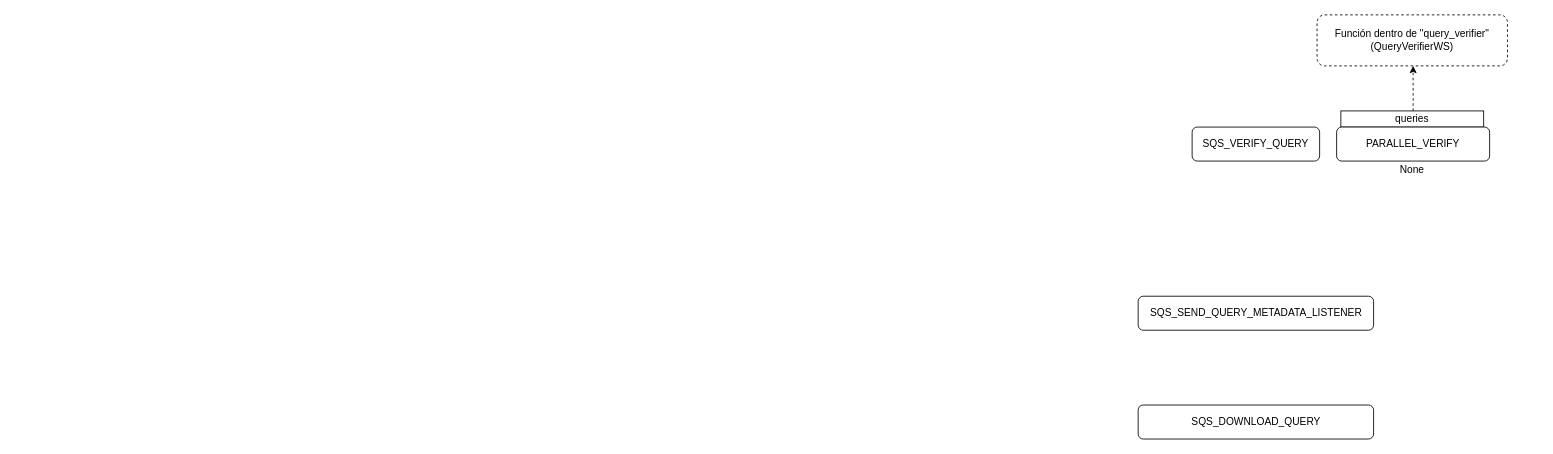
SamuelGarcia22/diagrams keeps this draw.io diagram as WS code map.drawio. Above is the earlier version. Source tidied: cells renumbered, new cells numbered last; positions are measured from the earlier drawing's top-left corner, leaving out a move shared by most shapes. Both pictures are drawn from the tidied source at 85%, with x=0, y=0 at pixel (1137, 14).
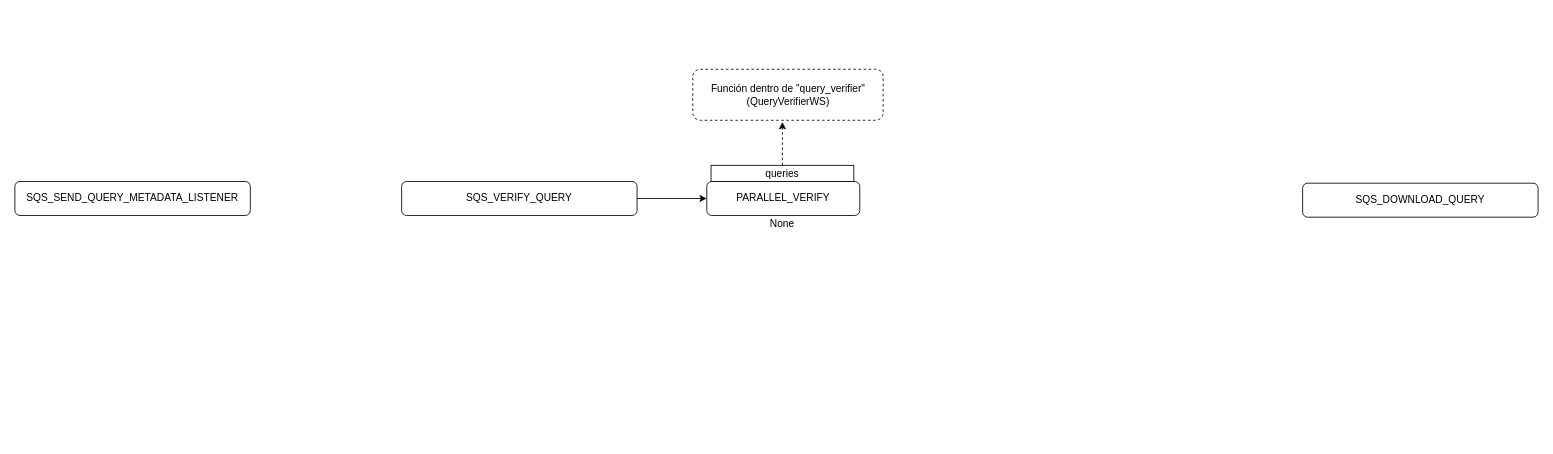
The same page after the edit.

What changed in the source:
```diff
@@
 <mxGraphModel>
   <root>
     <mxCell id="0" />
     <mxCell id="1" parent="0" />
+    <mxCell id="7" value="Función dentro de &quot;query_verifier&quot; (QueryVerifierWS)" style="rounded=1;whiteSpace=wrap;html=1;dashed=1;fontColor=light-dark(#000000,#A8A8A8);strokeColor=light-dark(#000000,#A8A8A8);" parent="1" vertex="1">
+      <mxGeometry x="-523.5" y="64" width="224" height="60" as="geometry" />
+    </mxCell>
+    <mxCell id="8" value="SQS_SEND_QUERY_METADATA_LISTENER" style="rounded=1;whiteSpace=wrap;html=1;" parent="1" vertex="1">
+      <mxGeometry x="-1321" y="196" width="277" height="40" as="geometry" />
+    </mxCell>
+    <mxCell id="9" value="SQS_DOWNLOAD_QUERY" style="rounded=1;whiteSpace=wrap;html=1;" parent="1" vertex="1">
+      <mxGeometry x="194" y="198" width="277" height="40" as="geometry" />
+    </mxCell>
+    <mxCell id="10" style="edgeStyle=orthogonalEdgeStyle;rounded=0;jettySize=auto;html=1;entryX=0;entryY=0.5;entryDx=0;entryDy=0;" parent="1" edge="1" source="2" target="6">
+      <mxGeometry relative="1" as="geometry" />
+    </mxCell>
     <mxCell id="2" value="SQS_VERIFY_QUERY" style="rounded=1;whiteSpace=wrap;html=1;" parent="1" vertex="1">
-      <mxGeometry x="64" y="132" width="150" height="40" as="geometry" />
+      <mxGeometry x="-866" y="196" width="277" height="40" as="geometry" />
     </mxCell>
-    <mxCell id="3" style="edgeStyle=orthogonalEdgeStyle;rounded=0;jettySize=auto;html=1;exitX=0.5;exitY=1;exitDx=0;exitDy=0;dashed=1;" parent="1" edge="1" source="4" target="7">
-      <mxGeometry relative="1" as="geometry">
-        <Array as="points">
-          <mxPoint x="323" y="152" />
-          <mxPoint x="324" y="152" />
-        </Array>
-      </mxGeometry>
-    </mxCell>
+    <mxCell id="11" style="group;" parent="1" vertex="1">
+      <mxGeometry x="-507" y="177" width="180" height="78" as="geometry" />
+    </mxCell>
+    <mxCell id="12" style="edgeStyle=orthogonalEdgeStyle;rounded=0;jettySize=auto;html=1;dashed=1;strokeColor=light-dark(#000000,#A8A8A8);" parent="11" edge="1" source="4">
+      <mxGeometry relative="1" as="geometry">
+        <mxPoint x="89" y="-51" as="targetPoint" />
+      </mxGeometry>
+    </mxCell>
-    <mxCell id="4" value="queries" style="rounded=0;whiteSpace=wrap;html=1;fillColor=light-dark(#FFFFFF,#058C3D);strokeColor=light-dark(#000000,#0C590A);" parent="1" vertex="1">
-      <mxGeometry x="239" y="113" width="168" height="19" as="geometry" />
+    <mxCell id="4" value="queries" style="rounded=0;whiteSpace=wrap;html=1;fillColor=light-dark(#FFFFFF,#058C3D);strokeColor=light-dark(#000000,#0C590A);" parent="11" vertex="1">
+      <mxGeometry x="5" width="168" height="19" as="geometry" />
     </mxCell>
-    <mxCell id="5" value="None" style="rounded=0;whiteSpace=wrap;html=1;fillColor=light-dark(#FFFFFF,#283A7A);strokeColor=light-dark(#FFFFFF,#4361CC);" parent="1" vertex="1">
-      <mxGeometry x="239" y="172" width="168" height="19" as="geometry" />
+    <mxCell id="5" value="None" style="rounded=0;whiteSpace=wrap;html=1;fillColor=light-dark(#FFFFFF,#283A7A);strokeColor=light-dark(#FFFFFF,#4361CC);" parent="11" vertex="1">
+      <mxGeometry x="5" y="59" width="168" height="19" as="geometry" />
     </mxCell>
-    <mxCell id="6" value="PARALLEL_VERIFY" style="rounded=1;whiteSpace=wrap;html=1;" parent="1" vertex="1">
-      <mxGeometry x="234" y="132" width="180" height="40" as="geometry" />
+    <mxCell id="6" value="PARALLEL_VERIFY" style="rounded=1;whiteSpace=wrap;html=1;" parent="11" vertex="1">
+      <mxGeometry y="19" width="180" height="40" as="geometry" />
     </mxCell>
-    <mxCell id="7" value="Función dentro de &quot;query_verifier&quot; (QueryVerifierWS)" style="rounded=1;whiteSpace=wrap;html=1;dashed=1;fontColor=light-dark(#000000,#A8A8A8);" parent="1" vertex="1">
-      <mxGeometry x="211" width="224" height="60" as="geometry" />
-    </mxCell>
-    <mxCell id="8" value="SQS_SEND_QUERY_METADATA_LISTENER" style="rounded=1;whiteSpace=wrap;html=1;" parent="1" vertex="1">
-      <mxGeometry x="0.5" y="331" width="277" height="40" as="geometry" />
-    </mxCell>
-    <mxCell id="9" value="SQS_DOWNLOAD_QUERY" style="rounded=1;whiteSpace=wrap;html=1;" parent="1" vertex="1">
-      <mxGeometry x="0.5" y="459" width="277" height="40" as="geometry" />
-    </mxCell>
   </root>
 </mxGraphModel>
```
